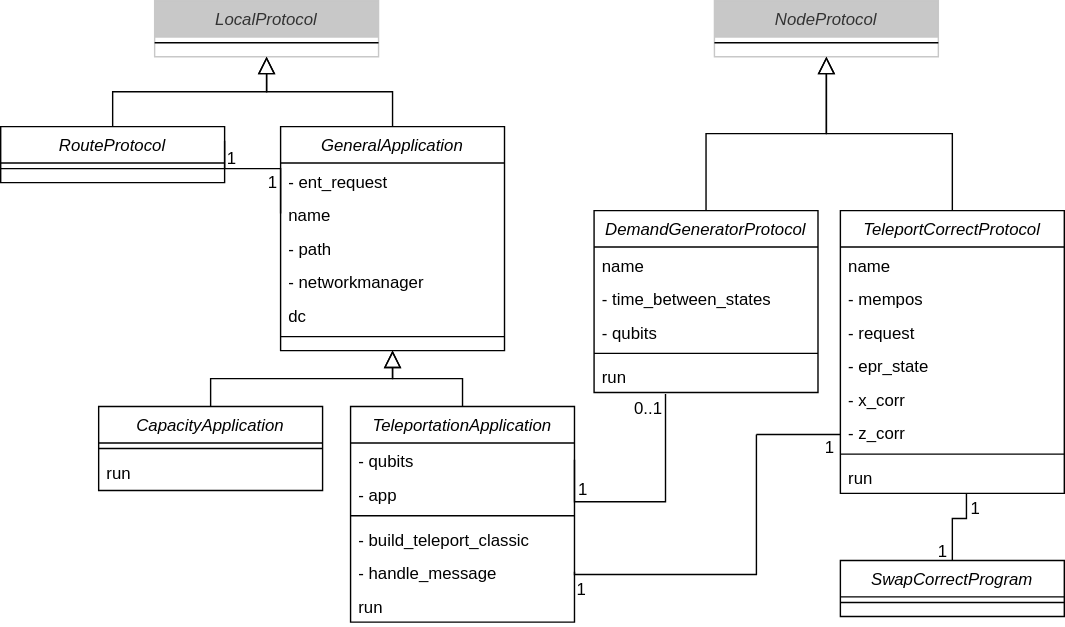
Earlier version of the draw.io export Diagramas/Clase/tec-applications.svg (davidpcuvigo/quantumcity). Source tidied: cells renumbered, new cells last; positions are measured from the earlier drawing's top-left corner, leaving out a move shared by most shapes. Its diagram source:
```xml
<mxGraphModel>
  <root>
    <mxCell id="0" />
    <mxCell id="1" parent="0" />
    <mxCell id="2" value="LocalProtocol" style="swimlane;fontStyle=2;align=center;verticalAlign=top;horizontal=1;startSize=26;rounded=0;shadow=0;strokeWidth=1;fillColor=#c8c8c8;fontColor=#333333;strokeColor=#c8c8c8;" parent="1" vertex="1">
      <mxGeometry x="110" width="160" height="40" as="geometry" />
    </mxCell>
    <mxCell id="3" style="line;html=1;strokeWidth=1;align=left;verticalAlign=middle;spacingTop=-1;spacingLeft=3;spacingRight=3;labelPosition=right;" parent="2" vertex="1">
      <mxGeometry y="26" width="160" height="8" as="geometry" />
    </mxCell>
    <mxCell id="4" value="GeneralApplication" style="swimlane;fontStyle=2;align=center;verticalAlign=top;horizontal=1;startSize=26;rounded=0;shadow=0;strokeWidth=1;" parent="1" vertex="1">
      <mxGeometry x="200" y="90" width="160" height="160" as="geometry" />
    </mxCell>
    <mxCell id="5" value="- ent_request" style="text;align=left;verticalAlign=top;spacingLeft=4;spacingRight=4;overflow=hidden;" parent="4" vertex="1">
      <mxGeometry y="26" width="160" height="24" as="geometry" />
    </mxCell>
    <mxCell id="6" value="name" style="text;align=left;verticalAlign=top;spacingLeft=4;spacingRight=4;overflow=hidden;points=[[0,0.5],[1,0.5]];portConstraint=eastwest;" parent="4" vertex="1">
      <mxGeometry y="50" width="160" height="24" as="geometry" />
    </mxCell>
    <mxCell id="7" value="- path" style="text;align=left;verticalAlign=top;spacingLeft=4;spacingRight=4;overflow=hidden;" parent="4" vertex="1">
      <mxGeometry y="74" width="160" height="24" as="geometry" />
    </mxCell>
    <mxCell id="8" value="- networkmanager" style="text;align=left;verticalAlign=top;spacingLeft=4;spacingRight=4;overflow=hidden;" parent="4" vertex="1">
      <mxGeometry y="98" width="160" height="24" as="geometry" />
    </mxCell>
    <mxCell id="9" value="dc" style="text;align=left;verticalAlign=top;spacingLeft=4;spacingRight=4;overflow=hidden;" parent="4" vertex="1">
      <mxGeometry y="122" width="160" height="24" as="geometry" />
    </mxCell>
    <mxCell id="10" style="line;html=1;strokeWidth=1;align=left;verticalAlign=middle;spacingTop=-1;spacingLeft=3;spacingRight=3;labelPosition=right;" parent="4" vertex="1">
      <mxGeometry y="146" width="160" height="8" as="geometry" />
    </mxCell>
    <mxCell id="11" style="endArrow=block;endSize=10;endFill=0;shadow=0;strokeWidth=1;rounded=0;curved=0;edgeStyle=elbowEdgeStyle;elbow=vertical;entryX=0.5;entryY=1;entryDx=0;entryDy=0;exitX=0.5;exitY=0;exitDx=0;exitDy=0;" parent="1" edge="1" source="4" target="2">
      <mxGeometry relative="1" as="geometry" />
    </mxCell>
    <mxCell id="12" value="NodeProtocol" style="swimlane;fontStyle=2;align=center;verticalAlign=top;horizontal=1;startSize=26;rounded=0;shadow=0;strokeWidth=1;fillColor=#c8c8c8;fontColor=#333333;strokeColor=#c8c8c8;" parent="1" vertex="1">
      <mxGeometry x="510" width="160" height="40" as="geometry" />
    </mxCell>
    <mxCell id="13" style="line;html=1;strokeWidth=1;align=left;verticalAlign=middle;spacingTop=-1;spacingLeft=3;spacingRight=3;labelPosition=right;" parent="12" vertex="1">
      <mxGeometry y="26" width="160" height="8" as="geometry" />
    </mxCell>
    <mxCell id="14" value="CapacityApplication" style="swimlane;fontStyle=2;align=center;verticalAlign=top;horizontal=1;startSize=26;rounded=0;shadow=0;strokeWidth=1;" parent="1" vertex="1">
      <mxGeometry x="70" y="290" width="160" height="60" as="geometry" />
    </mxCell>
    <mxCell id="15" style="line;html=1;strokeWidth=1;align=left;verticalAlign=middle;spacingTop=-1;spacingLeft=3;spacingRight=3;labelPosition=right;" parent="14" vertex="1">
      <mxGeometry y="26" width="160" height="8" as="geometry" />
    </mxCell>
    <mxCell id="16" value="run" style="text;align=left;verticalAlign=top;spacingLeft=4;spacingRight=4;overflow=hidden;" parent="14" vertex="1">
      <mxGeometry y="34" width="160" height="24" as="geometry" />
    </mxCell>
    <mxCell id="17" value="TeleportationApplication" style="swimlane;fontStyle=2;align=center;verticalAlign=top;horizontal=1;startSize=26;rounded=0;shadow=0;strokeWidth=1;" parent="1" vertex="1">
      <mxGeometry x="250" y="290" width="160" height="154" as="geometry" />
    </mxCell>
    <mxCell id="18" value="- qubits" style="text;align=left;verticalAlign=top;spacingLeft=4;spacingRight=4;overflow=hidden;points=[[0,0.5],[1,0.5]];portConstraint=eastwest;" parent="17" vertex="1">
      <mxGeometry y="26" width="160" height="24" as="geometry" />
    </mxCell>
    <mxCell id="19" value="- app" style="text;align=left;verticalAlign=top;spacingLeft=4;spacingRight=4;overflow=hidden;" parent="17" vertex="1">
      <mxGeometry y="50" width="160" height="24" as="geometry" />
    </mxCell>
    <mxCell id="20" style="line;html=1;strokeWidth=1;align=left;verticalAlign=middle;spacingTop=-1;spacingLeft=3;spacingRight=3;labelPosition=right;" parent="17" vertex="1">
      <mxGeometry y="74" width="160" height="8" as="geometry" />
    </mxCell>
    <mxCell id="21" value="- build_teleport_classic" style="text;align=left;verticalAlign=top;spacingLeft=4;spacingRight=4;overflow=hidden;" parent="17" vertex="1">
      <mxGeometry y="82" width="160" height="24" as="geometry" />
    </mxCell>
    <mxCell id="22" value="- handle_message" style="text;align=left;verticalAlign=top;spacingLeft=4;spacingRight=4;overflow=hidden;points=[[0,0.5],[1,0.5]];portConstraint=eastwest;" parent="17" vertex="1">
      <mxGeometry y="106" width="160" height="24" as="geometry" />
    </mxCell>
    <mxCell id="23" value="run" style="text;align=left;verticalAlign=top;spacingLeft=4;spacingRight=4;overflow=hidden;" parent="17" vertex="1">
      <mxGeometry y="130" width="160" height="24" as="geometry" />
    </mxCell>
    <mxCell id="24" value="RouteProtocol" style="swimlane;fontStyle=2;align=center;verticalAlign=top;horizontal=1;startSize=26;rounded=0;shadow=0;strokeWidth=1;" parent="1" vertex="1">
      <mxGeometry y="90" width="160" height="40" as="geometry" />
    </mxCell>
    <mxCell id="25" style="line;html=1;strokeWidth=1;align=left;verticalAlign=middle;spacingTop=-1;spacingLeft=3;spacingRight=3;labelPosition=right;" parent="24" vertex="1">
      <mxGeometry y="26" width="160" height="8" as="geometry" />
    </mxCell>
    <mxCell id="26" style="endArrow=block;endSize=10;endFill=0;shadow=0;strokeWidth=1;rounded=0;curved=0;edgeStyle=elbowEdgeStyle;elbow=vertical;exitX=0.5;exitY=0;exitDx=0;exitDy=0;" parent="1" edge="1" source="24">
      <mxGeometry relative="1" as="geometry">
        <mxPoint x="190" y="40" as="targetPoint" />
      </mxGeometry>
    </mxCell>
    <mxCell id="27" value="DemandGeneratorProtocol" style="swimlane;fontStyle=2;align=center;verticalAlign=top;horizontal=1;startSize=26;rounded=0;shadow=0;strokeWidth=1;" parent="1" vertex="1">
      <mxGeometry x="424" y="150" width="160" height="130" as="geometry" />
    </mxCell>
    <mxCell id="28" value="name" style="text;align=left;verticalAlign=top;spacingLeft=4;spacingRight=4;overflow=hidden;" parent="27" vertex="1">
      <mxGeometry y="26" width="160" height="24" as="geometry" />
    </mxCell>
    <mxCell id="29" value="- time_between_states" style="text;align=left;verticalAlign=top;spacingLeft=4;spacingRight=4;overflow=hidden;" parent="27" vertex="1">
      <mxGeometry y="50" width="160" height="24" as="geometry" />
    </mxCell>
    <mxCell id="30" value="- qubits" style="text;align=left;verticalAlign=top;spacingLeft=4;spacingRight=4;overflow=hidden;" parent="27" vertex="1">
      <mxGeometry y="74" width="160" height="24" as="geometry" />
    </mxCell>
    <mxCell id="31" style="line;html=1;strokeWidth=1;align=left;verticalAlign=middle;spacingTop=-1;spacingLeft=3;spacingRight=3;labelPosition=right;" parent="27" vertex="1">
      <mxGeometry y="98" width="160" height="8" as="geometry" />
    </mxCell>
    <mxCell id="32" value="run" style="text;align=left;verticalAlign=top;spacingLeft=4;spacingRight=4;overflow=hidden;points=[[0,0.5],[1,0.5]];portConstraint=eastwest;" parent="27" vertex="1">
      <mxGeometry y="106" width="160" height="24" as="geometry" />
    </mxCell>
    <mxCell id="33" value="TeleportCorrectProtocol" style="swimlane;fontStyle=2;align=center;verticalAlign=top;horizontal=1;startSize=26;rounded=0;shadow=0;strokeWidth=1;" parent="1" vertex="1">
      <mxGeometry x="600" y="150" width="160" height="202" as="geometry" />
    </mxCell>
    <mxCell id="34" value="name" style="text;align=left;verticalAlign=top;spacingLeft=4;spacingRight=4;overflow=hidden;" parent="33" vertex="1">
      <mxGeometry y="26" width="160" height="24" as="geometry" />
    </mxCell>
    <mxCell id="35" value="- mempos" style="text;align=left;verticalAlign=top;spacingLeft=4;spacingRight=4;overflow=hidden;" parent="33" vertex="1">
      <mxGeometry y="50" width="160" height="24" as="geometry" />
    </mxCell>
    <mxCell id="36" value="- request" style="text;align=left;verticalAlign=top;spacingLeft=4;spacingRight=4;overflow=hidden;" parent="33" vertex="1">
      <mxGeometry y="74" width="160" height="24" as="geometry" />
    </mxCell>
    <mxCell id="37" value="- epr_state" style="text;align=left;verticalAlign=top;spacingLeft=4;spacingRight=4;overflow=hidden;" parent="33" vertex="1">
      <mxGeometry y="98" width="160" height="24" as="geometry" />
    </mxCell>
    <mxCell id="38" value="- x_corr" style="text;align=left;verticalAlign=top;spacingLeft=4;spacingRight=4;overflow=hidden;" parent="33" vertex="1">
      <mxGeometry y="122" width="160" height="24" as="geometry" />
    </mxCell>
    <mxCell id="39" value="- z_corr" style="text;align=left;verticalAlign=top;spacingLeft=4;spacingRight=4;overflow=hidden;" parent="33" vertex="1">
      <mxGeometry y="146" width="160" height="24" as="geometry" />
    </mxCell>
    <mxCell id="40" style="line;html=1;strokeWidth=1;align=left;verticalAlign=middle;spacingTop=-1;spacingLeft=3;spacingRight=3;labelPosition=right;" parent="33" vertex="1">
      <mxGeometry y="170" width="160" height="8" as="geometry" />
    </mxCell>
    <mxCell id="41" value="run" style="text;align=left;verticalAlign=top;spacingLeft=4;spacingRight=4;overflow=hidden;points=[[0,0.5],[1,0.5]];portConstraint=eastwest;" parent="33" vertex="1">
      <mxGeometry y="178" width="160" height="24" as="geometry" />
    </mxCell>
    <mxCell id="42" value="SwapCorrectProgram" style="swimlane;fontStyle=2;align=center;verticalAlign=top;horizontal=1;startSize=26;rounded=0;shadow=0;strokeWidth=1;" parent="1" vertex="1">
      <mxGeometry x="600" y="400" width="160" height="40" as="geometry" />
    </mxCell>
    <mxCell id="43" style="line;html=1;strokeWidth=1;align=left;verticalAlign=middle;spacingTop=-1;spacingLeft=3;spacingRight=3;labelPosition=right;" parent="42" vertex="1">
      <mxGeometry y="26" width="160" height="8" as="geometry" />
    </mxCell>
    <mxCell id="44" style="endArrow=block;endSize=10;endFill=0;shadow=0;strokeWidth=1;rounded=0;curved=0;edgeStyle=elbowEdgeStyle;elbow=vertical;exitX=0.5;exitY=0;exitDx=0;exitDy=0;entryX=0.5;entryY=1;entryDx=0;entryDy=0;" parent="1" edge="1" source="14" target="4">
      <mxGeometry relative="1" as="geometry" />
    </mxCell>
    <mxCell id="45" style="endArrow=block;endSize=10;endFill=0;shadow=0;strokeWidth=1;rounded=0;curved=0;edgeStyle=elbowEdgeStyle;elbow=vertical;exitX=0.5;exitY=0;exitDx=0;exitDy=0;" parent="1" edge="1" source="17">
      <mxGeometry relative="1" as="geometry">
        <mxPoint x="280" y="250" as="targetPoint" />
      </mxGeometry>
    </mxCell>
    <mxCell id="46" style="endArrow=block;endSize=10;endFill=0;shadow=0;strokeWidth=1;rounded=0;curved=0;edgeStyle=elbowEdgeStyle;elbow=vertical;entryX=0.5;entryY=1;entryDx=0;entryDy=0;exitX=0.5;exitY=0;exitDx=0;exitDy=0;" parent="1" edge="1" source="27" target="12">
      <mxGeometry relative="1" as="geometry" />
    </mxCell>
    <mxCell id="47" style="endArrow=block;endSize=10;endFill=0;shadow=0;strokeWidth=1;rounded=0;curved=0;edgeStyle=elbowEdgeStyle;elbow=vertical;entryX=0.5;entryY=1;entryDx=0;entryDy=0;exitX=0.5;exitY=0;exitDx=0;exitDy=0;" parent="1" edge="1" source="33" target="12">
      <mxGeometry relative="1" as="geometry" />
    </mxCell>
    <mxCell id="48" style="endArrow=none;shadow=0;strokeWidth=1;rounded=0;curved=0;endFill=0;edgeStyle=elbowEdgeStyle;elbow=vertical;exitX=1;exitY=0.25;exitDx=0;exitDy=0;entryX=0;entryY=0.5;entryDx=0;entryDy=0;" parent="1" edge="1" source="24" target="6">
      <mxGeometry x="0.5" y="41" relative="1" as="geometry">
        <Array as="points">
          <mxPoint x="180" y="120" />
        </Array>
        <mxPoint x="-40" y="32" as="offset" />
      </mxGeometry>
    </mxCell>
    <mxCell id="49" value="1" style="align=left;verticalAlign=bottom;labelBackgroundColor=none;fontSize=12;" parent="48" vertex="1">
      <mxGeometry x="-1" relative="1" as="geometry">
        <mxPoint y="21" as="offset" />
      </mxGeometry>
    </mxCell>
    <mxCell id="50" value="1" style="align=right;verticalAlign=bottom;labelBackgroundColor=none;fontSize=12;" parent="48" vertex="1">
      <mxGeometry x="1" relative="1" as="geometry">
        <mxPoint x="-1" y="-14" as="offset" />
      </mxGeometry>
    </mxCell>
    <mxCell id="51" style="endArrow=none;shadow=0;strokeWidth=1;rounded=0;curved=0;endFill=0;edgeStyle=elbowEdgeStyle;elbow=vertical;exitX=1;exitY=0.5;exitDx=0;exitDy=0;entryX=0.319;entryY=1.042;entryDx=0;entryDy=0;entryPerimeter=0;" parent="1" edge="1" source="18" target="32">
      <mxGeometry x="0.5" y="41" relative="1" as="geometry">
        <Array as="points">
          <mxPoint x="480" y="358" />
        </Array>
        <mxPoint x="-40" y="32" as="offset" />
      </mxGeometry>
    </mxCell>
    <mxCell id="52" value="1" style="align=left;verticalAlign=bottom;labelBackgroundColor=none;fontSize=12;" parent="51" vertex="1">
      <mxGeometry x="-1" relative="1" as="geometry">
        <mxPoint x="1" y="30" as="offset" />
      </mxGeometry>
    </mxCell>
    <mxCell id="53" value="0..1" style="align=right;verticalAlign=bottom;labelBackgroundColor=none;fontSize=12;" parent="51" vertex="1">
      <mxGeometry x="1" relative="1" as="geometry">
        <mxPoint x="-1" y="19" as="offset" />
      </mxGeometry>
    </mxCell>
    <mxCell id="54" style="endArrow=none;shadow=0;strokeWidth=1;rounded=0;curved=0;endFill=0;edgeStyle=elbowEdgeStyle;elbow=vertical;exitX=1;exitY=0.5;exitDx=0;exitDy=0;" parent="1" edge="1" source="22">
      <mxGeometry x="0.5" y="41" relative="1" as="geometry">
        <mxPoint x="540" y="310" as="targetPoint" />
        <Array as="points">
          <mxPoint x="480" y="410" />
        </Array>
        <mxPoint x="-40" y="32" as="offset" />
      </mxGeometry>
    </mxCell>
    <mxCell id="55" value="1" style="align=left;verticalAlign=bottom;labelBackgroundColor=none;fontSize=12;" parent="54" vertex="1">
      <mxGeometry x="-1" relative="1" as="geometry">
        <mxPoint y="21" as="offset" />
      </mxGeometry>
    </mxCell>
    <mxCell id="56" value="1" style="align=right;verticalAlign=bottom;labelBackgroundColor=none;fontSize=12;" parent="54" vertex="1">
      <mxGeometry x="1" relative="1" as="geometry">
        <mxPoint x="57" y="18" as="offset" />
      </mxGeometry>
    </mxCell>
    <mxCell id="57" style="endArrow=none;html=1;rounded=0;" parent="1" edge="1">
      <mxGeometry relative="1" as="geometry">
        <mxPoint x="540" y="310" as="sourcePoint" />
        <mxPoint x="600" y="310" as="targetPoint" />
      </mxGeometry>
    </mxCell>
    <mxCell id="58" style="endArrow=none;shadow=0;strokeWidth=1;rounded=0;curved=0;endFill=0;edgeStyle=elbowEdgeStyle;elbow=vertical;exitX=0.5;exitY=0;exitDx=0;exitDy=0;entryX=0.563;entryY=1;entryDx=0;entryDy=0;entryPerimeter=0;" parent="1" edge="1" source="42" target="41">
      <mxGeometry x="0.5" y="41" relative="1" as="geometry">
        <Array as="points">
          <mxPoint x="670" y="370" />
        </Array>
        <mxPoint x="-40" y="32" as="offset" />
      </mxGeometry>
    </mxCell>
    <mxCell id="59" value="1" style="align=left;verticalAlign=bottom;labelBackgroundColor=none;fontSize=12;" parent="58" vertex="1">
      <mxGeometry x="-1" relative="1" as="geometry">
        <mxPoint x="-12" y="2" as="offset" />
      </mxGeometry>
    </mxCell>
    <mxCell id="60" value="1" style="align=right;verticalAlign=bottom;labelBackgroundColor=none;fontSize=12;" parent="58" vertex="1">
      <mxGeometry x="1" relative="1" as="geometry">
        <mxPoint x="11" y="19" as="offset" />
      </mxGeometry>
    </mxCell>
  </root>
</mxGraphModel>
```
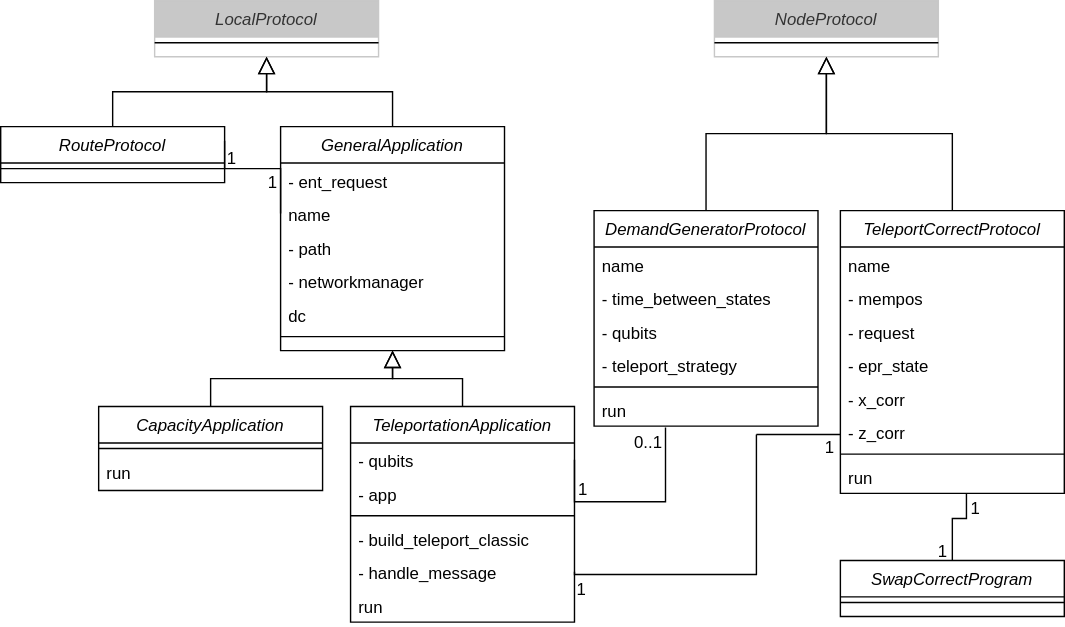
After the change.

Commit message:
Memorias cuánticas en teleport

Change to the diagram source:
```diff
@@ -80,7 +80,7 @@
       </mxGeometry>
     </mxCell>
     <mxCell id="27" value="DemandGeneratorProtocol" style="swimlane;fontStyle=2;align=center;verticalAlign=top;horizontal=1;startSize=26;rounded=0;shadow=0;strokeWidth=1;" parent="1" vertex="1">
-      <mxGeometry x="424" y="150" width="160" height="130" as="geometry" />
+      <mxGeometry x="424" y="150" width="160" height="154" as="geometry" />
     </mxCell>
     <mxCell id="28" value="name" style="text;align=left;verticalAlign=top;spacingLeft=4;spacingRight=4;overflow=hidden;" parent="27" vertex="1">
       <mxGeometry y="26" width="160" height="24" as="geometry" />
@@ -91,11 +91,14 @@
     <mxCell id="30" value="- qubits" style="text;align=left;verticalAlign=top;spacingLeft=4;spacingRight=4;overflow=hidden;" parent="27" vertex="1">
       <mxGeometry y="74" width="160" height="24" as="geometry" />
     </mxCell>
+    <mxCell id="61" value="- teleport_strategy" style="text;align=left;verticalAlign=top;spacingLeft=4;spacingRight=4;overflow=hidden;" parent="27" vertex="1">
+      <mxGeometry y="98" width="160" height="24" as="geometry" />
+    </mxCell>
     <mxCell id="31" style="line;html=1;strokeWidth=1;align=left;verticalAlign=middle;spacingTop=-1;spacingLeft=3;spacingRight=3;labelPosition=right;" parent="27" vertex="1">
-      <mxGeometry y="98" width="160" height="8" as="geometry" />
+      <mxGeometry y="122" width="160" height="8" as="geometry" />
     </mxCell>
     <mxCell id="32" value="run" style="text;align=left;verticalAlign=top;spacingLeft=4;spacingRight=4;overflow=hidden;points=[[0,0.5],[1,0.5]];portConstraint=eastwest;" parent="27" vertex="1">
-      <mxGeometry y="106" width="160" height="24" as="geometry" />
+      <mxGeometry y="130" width="160" height="24" as="geometry" />
     </mxCell>
     <mxCell id="33" value="TeleportCorrectProtocol" style="swimlane;fontStyle=2;align=center;verticalAlign=top;horizontal=1;startSize=26;rounded=0;shadow=0;strokeWidth=1;" parent="1" vertex="1">
       <mxGeometry x="600" y="150" width="160" height="202" as="geometry" />
```
